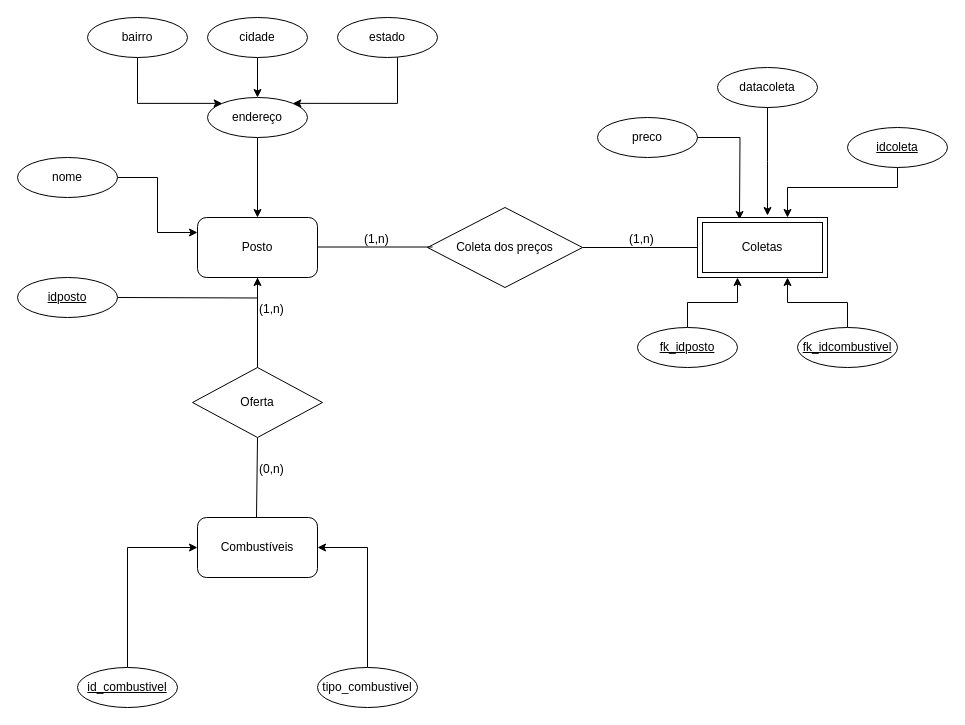
Earlier version of the draw.io diagram Diagrama sem nome.drawio (carlossb1/bdrl_uvv). Source tidied: cells renumbered, new cells numbered last; positions are measured from the earlier drawing's top-left corner, leaving out a move shared by most shapes. Both pictures are drawn from the tidied source at 100%, with x=0, y=0 at pixel (17, 17).
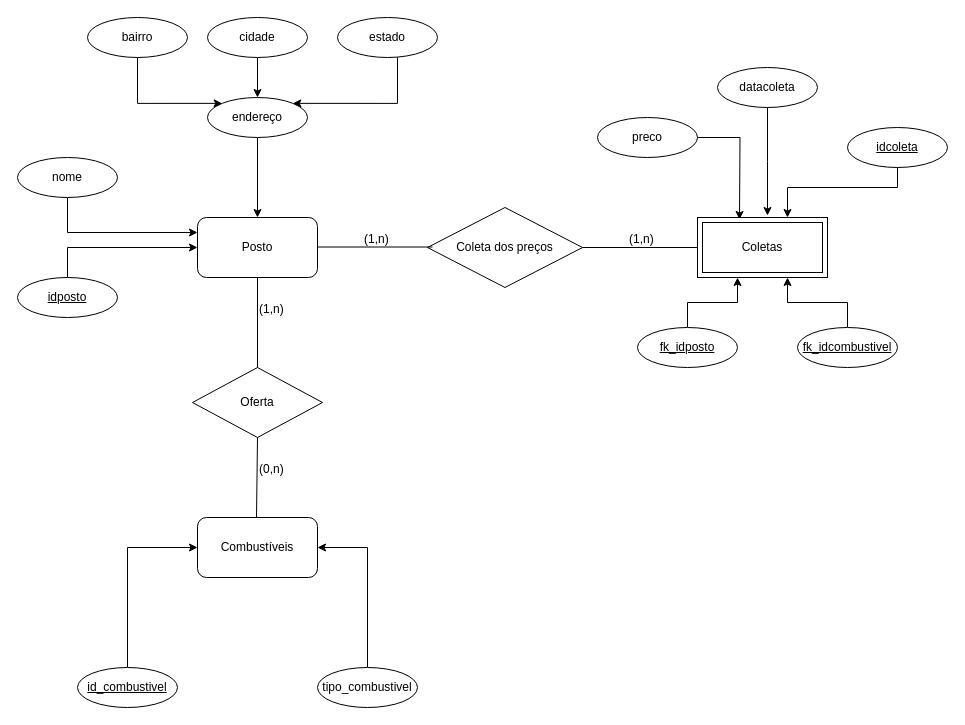
After the change.

Unchanged cells that the change refers to:
```xml
<mxCell id="2" value="Posto" style="rounded=1;whiteSpace=wrap;html=1;" parent="1" vertex="1">
  <mxGeometry x="180" y="200" width="120" height="60" as="geometry" />
</mxCell>
<mxCell id="16" value="nome" style="ellipse;whiteSpace=wrap;html=1;align=center;" parent="1" vertex="1">
  <mxGeometry y="140" width="100" height="40" as="geometry" />
</mxCell>
<mxCell id="40" value="idposto" style="ellipse;whiteSpace=wrap;html=1;align=center;fontStyle=4;" parent="1" vertex="1">
  <mxGeometry y="260" width="100" height="40" as="geometry" />
</mxCell>
```

Diff of the diagram source:
```diff
@@
-    <mxCell id="7" style="edgeStyle=orthogonalEdgeStyle;rounded=0;jettySize=auto;html=1;" parent="1" edge="1" target="2">
-      <mxGeometry relative="1" as="geometry">
-        <mxPoint x="100" y="280" as="sourcePoint" />
-      </mxGeometry>
-    </mxCell>
@@
     <mxCell id="15" style="edgeStyle=orthogonalEdgeStyle;rounded=0;jettySize=auto;html=1;entryX=0;entryY=0.25;entryDx=0;entryDy=0;" parent="1" edge="1" source="16" target="2">
-      <mxGeometry relative="1" as="geometry" />
+      <mxGeometry relative="1" as="geometry">
+        <Array as="points">
+          <mxPoint x="50" y="215" />
+        </Array>
+      </mxGeometry>
     </mxCell>
@@
+    <mxCell id="41" style="edgeStyle=orthogonalEdgeStyle;rounded=0;jettySize=auto;html=1;exitX=0.5;exitY=0;exitDx=0;exitDy=0;entryX=0;entryY=0.5;entryDx=0;entryDy=0;" parent="1" edge="1" source="40" target="2">
+      <mxGeometry relative="1" as="geometry" />
+    </mxCell>
```
